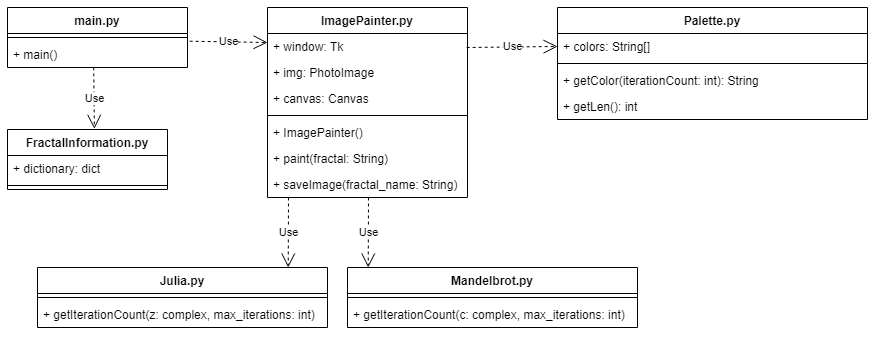
Above: doc/Fractal-Uml.png in thomas-p-longhurst/Fractal-Visualizer (draw.io), before the change. Source tidied: cells renumbered, new cells last; positions are measured from the earlier drawing's top-left corner, leaving out a move shared by most shapes. The source it was exported from:
```xml
<mxGraphModel background="#ffffff">
  <root>
    <mxCell id="0" />
    <mxCell id="1" parent="0" />
    <mxCell id="2" value="Palette.py&#10;" style="swimlane;fontStyle=1;align=center;verticalAlign=top;horizontal=1;startSize=26;" parent="1" vertex="1">
      <mxGeometry x="550" width="310" height="112" as="geometry" />
    </mxCell>
    <mxCell id="3" value="+ colors: String[]" style="text;strokeColor=none;fillColor=none;align=left;verticalAlign=top;spacingLeft=4;spacingRight=4;overflow=hidden;points=[[0,0.5],[1,0.5]];portConstraint=eastwest;" parent="2" vertex="1">
      <mxGeometry y="26" width="310" height="26" as="geometry" />
    </mxCell>
    <mxCell id="4" style="line;strokeWidth=1;fillColor=none;align=left;verticalAlign=middle;spacingTop=-1;spacingLeft=3;spacingRight=3;labelPosition=right;" parent="2" vertex="1">
      <mxGeometry y="52" width="310" height="8" as="geometry" />
    </mxCell>
    <mxCell id="5" value="+ getColor(iterationCount: int): String" style="text;strokeColor=none;fillColor=none;align=left;verticalAlign=top;spacingLeft=4;spacingRight=4;overflow=hidden;" parent="2" vertex="1">
      <mxGeometry y="60" width="310" height="26" as="geometry" />
    </mxCell>
    <mxCell id="6" value="+ getLen(): int" style="text;strokeColor=none;fillColor=none;align=left;verticalAlign=top;spacingLeft=4;spacingRight=4;overflow=hidden;" parent="2" vertex="1">
      <mxGeometry y="86" width="310" height="26" as="geometry" />
    </mxCell>
    <mxCell id="7" value="FractalInformation.py" style="swimlane;fontStyle=1;align=center;verticalAlign=top;horizontal=1;startSize=26;" parent="1" vertex="1">
      <mxGeometry y="122" width="160" height="60" as="geometry" />
    </mxCell>
    <mxCell id="8" value="+ dictionary: dict" style="text;strokeColor=none;fillColor=none;align=left;verticalAlign=top;spacingLeft=4;spacingRight=4;overflow=hidden;" parent="7" vertex="1">
      <mxGeometry y="26" width="160" height="26" as="geometry" />
    </mxCell>
    <mxCell id="9" style="line;strokeWidth=1;fillColor=none;align=left;verticalAlign=middle;spacingTop=-1;spacingLeft=3;spacingRight=3;labelPosition=right;" parent="7" vertex="1">
      <mxGeometry y="52" width="160" height="8" as="geometry" />
    </mxCell>
    <mxCell id="10" value="Mandelbrot.py" style="swimlane;fontStyle=1;align=center;verticalAlign=top;horizontal=1;startSize=26;" parent="1" vertex="1">
      <mxGeometry x="340" y="260" width="290" height="60" as="geometry" />
    </mxCell>
    <mxCell id="11" style="line;strokeWidth=1;fillColor=none;align=left;verticalAlign=middle;spacingTop=-1;spacingLeft=3;spacingRight=3;labelPosition=right;" parent="10" vertex="1">
      <mxGeometry y="26" width="290" height="8" as="geometry" />
    </mxCell>
    <mxCell id="12" value="+ getIterationCount(c: complex, max_iterations: int)" style="text;strokeColor=none;fillColor=none;align=left;verticalAlign=top;spacingLeft=4;spacingRight=4;overflow=hidden;" parent="10" vertex="1">
      <mxGeometry y="34" width="290" height="26" as="geometry" />
    </mxCell>
    <mxCell id="13" value="Julia.py" style="swimlane;fontStyle=1;align=center;verticalAlign=top;horizontal=1;startSize=26;" parent="1" vertex="1">
      <mxGeometry x="30" y="260" width="290" height="60" as="geometry" />
    </mxCell>
    <mxCell id="14" style="line;strokeWidth=1;fillColor=none;align=left;verticalAlign=middle;spacingTop=-1;spacingLeft=3;spacingRight=3;labelPosition=right;" parent="13" vertex="1">
      <mxGeometry y="26" width="290" height="8" as="geometry" />
    </mxCell>
    <mxCell id="15" value="+ getIterationCount(z: complex, max_iterations: int)" style="text;strokeColor=none;fillColor=none;align=left;verticalAlign=top;spacingLeft=4;spacingRight=4;overflow=hidden;" parent="13" vertex="1">
      <mxGeometry y="34" width="290" height="26" as="geometry" />
    </mxCell>
    <mxCell id="16" value="ImagePainter.py" style="swimlane;fontStyle=1;align=center;verticalAlign=top;horizontal=1;startSize=26;" parent="1" vertex="1">
      <mxGeometry x="260" width="200" height="190" as="geometry" />
    </mxCell>
    <mxCell id="17" value="+ window: Tk" style="text;strokeColor=none;fillColor=none;align=left;verticalAlign=top;spacingLeft=4;spacingRight=4;overflow=hidden;points=[[0,0.5],[1,0.5]];portConstraint=eastwest;" parent="16" vertex="1">
      <mxGeometry y="26" width="200" height="26" as="geometry" />
    </mxCell>
    <mxCell id="18" value="+ img: PhotoImage" style="text;strokeColor=none;fillColor=none;align=left;verticalAlign=top;spacingLeft=4;spacingRight=4;overflow=hidden;" parent="16" vertex="1">
      <mxGeometry y="52" width="200" height="26" as="geometry" />
    </mxCell>
    <mxCell id="19" value="+ canvas: Canvas" style="text;strokeColor=none;fillColor=none;align=left;verticalAlign=top;spacingLeft=4;spacingRight=4;overflow=hidden;" parent="16" vertex="1">
      <mxGeometry y="78" width="200" height="26" as="geometry" />
    </mxCell>
    <mxCell id="20" style="line;strokeWidth=1;fillColor=none;align=left;verticalAlign=middle;spacingTop=-1;spacingLeft=3;spacingRight=3;labelPosition=right;" parent="16" vertex="1">
      <mxGeometry y="104" width="200" height="8" as="geometry" />
    </mxCell>
    <mxCell id="21" value="+ ImagePainter()" style="text;strokeColor=none;fillColor=none;align=left;verticalAlign=top;spacingLeft=4;spacingRight=4;overflow=hidden;" parent="16" vertex="1">
      <mxGeometry y="112" width="200" height="26" as="geometry" />
    </mxCell>
    <mxCell id="22" value="+ paint(fractal: String)" style="text;strokeColor=none;fillColor=none;align=left;verticalAlign=top;spacingLeft=4;spacingRight=4;overflow=hidden;" parent="16" vertex="1">
      <mxGeometry y="138" width="200" height="26" as="geometry" />
    </mxCell>
    <mxCell id="23" value="+ saveImage(fractal_name: String)" style="text;strokeColor=none;fillColor=none;align=left;verticalAlign=top;spacingLeft=4;spacingRight=4;overflow=hidden;" parent="16" vertex="1">
      <mxGeometry y="164" width="200" height="26" as="geometry" />
    </mxCell>
    <mxCell id="24" value="main.py" style="swimlane;fontStyle=1;align=center;verticalAlign=top;horizontal=1;startSize=26;" parent="1" vertex="1">
      <mxGeometry width="180" height="60" as="geometry" />
    </mxCell>
    <mxCell id="25" style="line;strokeWidth=1;fillColor=none;align=left;verticalAlign=middle;spacingTop=-1;spacingLeft=3;spacingRight=3;labelPosition=right;" parent="24" vertex="1">
      <mxGeometry y="26" width="180" height="8" as="geometry" />
    </mxCell>
    <mxCell id="26" value="+ main()" style="text;strokeColor=none;fillColor=none;align=left;verticalAlign=top;spacingLeft=4;spacingRight=4;overflow=hidden;points=[[0,0.5],[1,0.5]];portConstraint=eastwest;" parent="24" vertex="1">
      <mxGeometry y="34" width="180" height="26" as="geometry" />
    </mxCell>
    <mxCell id="27" value="Use" style="endArrow=open;endSize=12;dashed=1;html=1;exitX=0.479;exitY=0.997;exitDx=0;exitDy=0;exitPerimeter=0;entryX=0.543;entryY=-0.011;entryDx=0;entryDy=0;entryPerimeter=0;" parent="1" edge="1" source="26" target="7">
      <mxGeometry relative="1" as="geometry" />
    </mxCell>
    <mxCell id="28" value="Use" style="endArrow=open;endSize=12;dashed=1;html=1;exitX=1.012;exitY=-0.011;exitDx=0;exitDy=0;exitPerimeter=0;" parent="1" edge="1" source="26">
      <mxGeometry relative="1" as="geometry">
        <mxPoint x="260" y="35" as="targetPoint" />
      </mxGeometry>
    </mxCell>
    <mxCell id="29" value="Use" style="endArrow=open;endSize=12;dashed=1;html=1;exitX=0.996;exitY=0.538;exitDx=0;exitDy=0;exitPerimeter=0;entryX=0;entryY=0.5;entryDx=0;entryDy=0;" parent="1" edge="1" source="17" target="3">
      <mxGeometry relative="1" as="geometry" />
    </mxCell>
    <mxCell id="30" value="Use" style="endArrow=open;endSize=12;dashed=1;html=1;entryX=0.791;entryY=-0.009;entryDx=0;entryDy=0;entryPerimeter=0;" parent="1" edge="1">
      <mxGeometry relative="1" as="geometry">
        <mxPoint x="361" y="190" as="sourcePoint" />
        <mxPoint x="360.7" y="260" as="targetPoint" />
      </mxGeometry>
    </mxCell>
    <mxCell id="31" value="Use" style="endArrow=open;endSize=12;dashed=1;html=1;entryX=0.791;entryY=-0.009;entryDx=0;entryDy=0;entryPerimeter=0;" parent="1" edge="1">
      <mxGeometry relative="1" as="geometry">
        <mxPoint x="281" y="190" as="sourcePoint" />
        <mxPoint x="280.7" y="260" as="targetPoint" />
      </mxGeometry>
    </mxCell>
  </root>
</mxGraphModel>
```
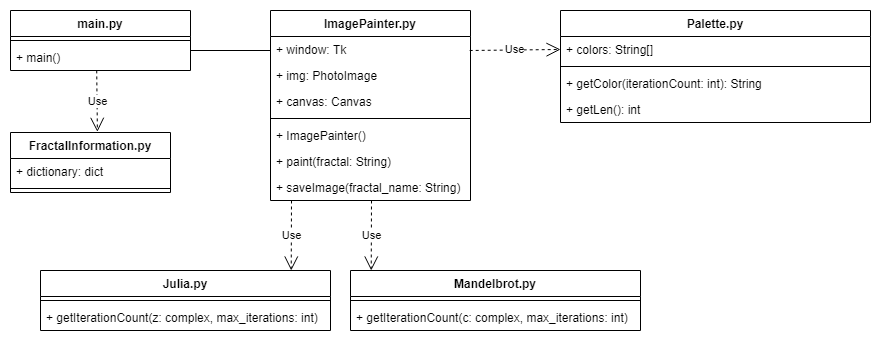
Above is the later version.

Change to the diagram source:
```diff
@@ -80,11 +80,6 @@
     <mxCell id="27" value="Use" style="endArrow=open;endSize=12;dashed=1;html=1;exitX=0.479;exitY=0.997;exitDx=0;exitDy=0;exitPerimeter=0;entryX=0.543;entryY=-0.011;entryDx=0;entryDy=0;entryPerimeter=0;" parent="1" edge="1" source="26" target="7">
       <mxGeometry relative="1" as="geometry" />
     </mxCell>
-    <mxCell id="28" value="Use" style="endArrow=open;endSize=12;dashed=1;html=1;exitX=1.012;exitY=-0.011;exitDx=0;exitDy=0;exitPerimeter=0;" parent="1" edge="1" source="26">
-      <mxGeometry relative="1" as="geometry">
-        <mxPoint x="260" y="35" as="targetPoint" />
-      </mxGeometry>
-    </mxCell>
     <mxCell id="29" value="Use" style="endArrow=open;endSize=12;dashed=1;html=1;exitX=0.996;exitY=0.538;exitDx=0;exitDy=0;exitPerimeter=0;entryX=0;entryY=0.5;entryDx=0;entryDy=0;" parent="1" edge="1" source="17" target="3">
       <mxGeometry relative="1" as="geometry" />
     </mxCell>
@@ -100,5 +95,11 @@
         <mxPoint x="280.7" y="260" as="targetPoint" />
       </mxGeometry>
     </mxCell>
+    <mxCell id="32" style="endArrow=none;html=1;edgeStyle=orthogonalEdgeStyle;" parent="1" edge="1">
+      <mxGeometry relative="1" as="geometry">
+        <mxPoint x="180" y="40" as="sourcePoint" />
+        <mxPoint x="260" y="40" as="targetPoint" />
+      </mxGeometry>
+    </mxCell>
   </root>
 </mxGraphModel>
```
